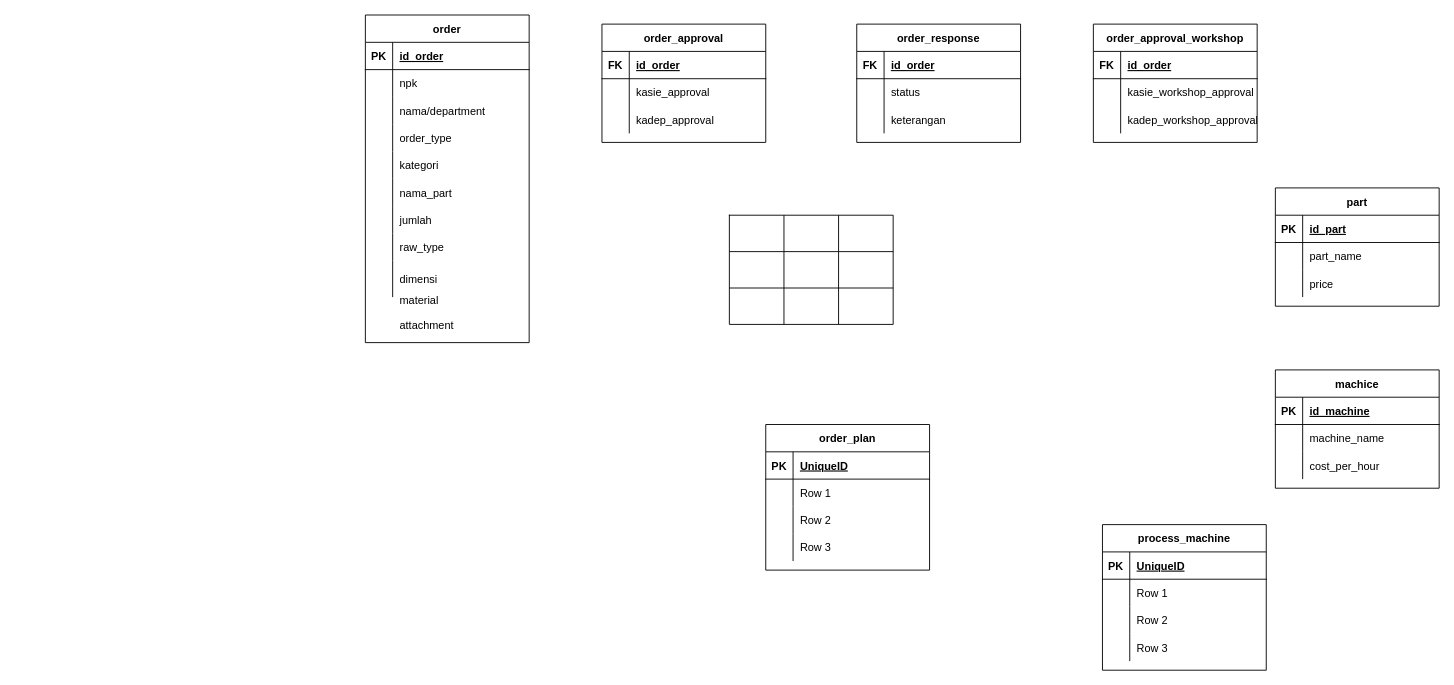
ariefriski/digitalisasi-form-workshop keeps this draw.io diagram as page "DB Relation" (2 of 2) of Digitalisasi Workshop.drawio. Above is the earlier version. Source tidied: cells renumbered, new cells numbered last; positions are measured from the earlier drawing's top-left corner, leaving out a move shared by most shapes. Both pictures are drawn from the tidied source at 91%, with x=0, y=0 at pixel (365, 15).
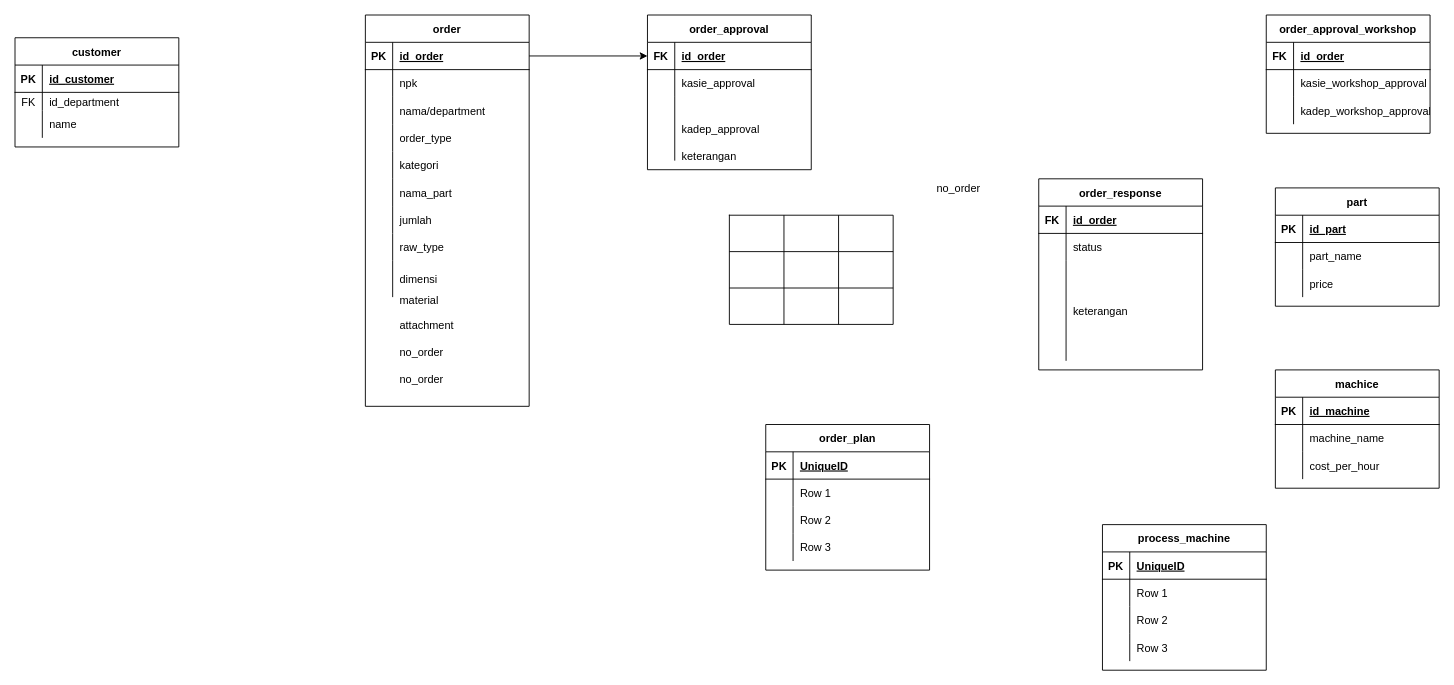
Above is the later version.

The change refers to these unchanged cells:
```xml
<mxCell id="3" style="shape=tableRow;horizontal=0;startSize=0;swimlaneHead=0;swimlaneBody=0;fillColor=none;points=[[0,0.5],[1,0.5]];portConstraint=eastwest;top=0;left=0;right=0;bottom=1;" parent="2" vertex="1">
  <mxGeometry y="30" width="180" height="30" as="geometry" />
</mxCell>
<mxCell id="41" style="shape=tableRow;horizontal=0;startSize=0;swimlaneHead=0;swimlaneBody=0;fillColor=none;points=[[0,0.5],[1,0.5]];portConstraint=eastwest;top=0;left=0;right=0;bottom=1;" parent="40" vertex="1">
  <mxGeometry y="30" width="180" height="30" as="geometry" />
</mxCell>
```

The edit, as a diff of the source:
```diff
@@
     <mxCell id="2" value="order" style="shape=table;startSize=30;childLayout=tableLayout;rowLines=0;fontStyle=1;align=center;" parent="1" vertex="1">
-      <mxGeometry width="180" height="360" as="geometry" />
+      <mxGeometry width="180" height="430" as="geometry" />
     </mxCell>
@@
     <mxCell id="30" value="order_response" style="shape=table;startSize=30;childLayout=tableLayout;rowLines=0;fontStyle=1;align=center;" parent="1" vertex="1">
-      <mxGeometry x="540" y="10" width="180" height="130" as="geometry" />
+      <mxGeometry x="740" y="180" width="180" height="210" as="geometry" />
     </mxCell>
@@
     <mxCell id="37" style="shape=tableRow;horizontal=0;startSize=0;swimlaneHead=0;swimlaneBody=0;fillColor=none;top=0;left=0;right=0;bottom=0;" parent="30" vertex="1">
-      <mxGeometry y="90" width="180" height="30" as="geometry" />
+      <mxGeometry y="90" width="180" height="110" as="geometry" />
     </mxCell>
     <mxCell id="38" style="shape=partialRectangle;fillColor=none;top=0;left=0;bottom=0;right=0;overflow=hidden;" parent="37" vertex="1">
-      <mxGeometry width="30" height="30" as="geometry" />
+      <mxGeometry width="30" height="110" as="geometry" />
     </mxCell>
     <mxCell id="39" value="keterangan" style="shape=partialRectangle;fillColor=none;top=0;left=0;bottom=0;right=0;align=left;spacingLeft=6;overflow=hidden;" parent="37" vertex="1">
-      <mxGeometry x="30" width="150" height="30" as="geometry" />
+      <mxGeometry x="30" width="150" height="110" as="geometry" />
     </mxCell>
     <mxCell id="40" value="order_approval" style="shape=table;startSize=30;childLayout=tableLayout;rowLines=0;fontStyle=1;align=center;" parent="1" vertex="1">
-      <mxGeometry x="260" y="10" width="180" height="130" as="geometry" />
+      <mxGeometry x="310" width="180" height="170" as="geometry" />
     </mxCell>
@@
     <mxCell id="47" style="shape=tableRow;horizontal=0;startSize=0;swimlaneHead=0;swimlaneBody=0;fillColor=none;top=0;left=0;right=0;bottom=0;" parent="40" vertex="1">
-      <mxGeometry y="90" width="180" height="30" as="geometry" />
+      <mxGeometry y="90" width="180" height="70" as="geometry" />
     </mxCell>
     <mxCell id="48" style="shape=partialRectangle;fillColor=none;top=0;left=0;bottom=0;right=0;overflow=hidden;" parent="47" vertex="1">
-      <mxGeometry width="30" height="30" as="geometry" />
+      <mxGeometry width="30" height="70" as="geometry" />
     </mxCell>
     <mxCell id="49" value="kadep_approval" style="shape=partialRectangle;fillColor=none;top=0;left=0;bottom=0;right=0;align=left;spacingLeft=6;overflow=hidden;" parent="47" vertex="1">
-      <mxGeometry x="30" width="150" height="30" as="geometry" />
+      <mxGeometry x="30" width="150" height="70" as="geometry" />
     </mxCell>
     <mxCell id="50" value="order_approval_workshop" style="shape=table;startSize=30;childLayout=tableLayout;rowLines=0;fontStyle=1;align=center;" parent="1" vertex="1">
-      <mxGeometry x="800" y="10" width="180" height="130" as="geometry" />
+      <mxGeometry x="990" width="180" height="130" as="geometry" />
     </mxCell>
@@
+    <mxCell id="121" value="no_order" style="shape=partialRectangle;fillColor=none;top=0;left=0;bottom=0;right=0;align=left;spacingLeft=6;overflow=hidden;" parent="1" vertex="1">
+      <mxGeometry x="30" y="350" width="150" height="40" as="geometry" />
+    </mxCell>
+    <mxCell id="122" style="edgeStyle=orthogonalEdgeStyle;rounded=0;jettySize=auto;html=1;exitX=1;exitY=0.5;exitDx=0;exitDy=0;entryX=0;entryY=0.5;entryDx=0;entryDy=0;" parent="1" edge="1" source="3" target="41">
+      <mxGeometry relative="1" as="geometry" />
+    </mxCell>
+    <mxCell id="123" value="keterangan" style="shape=partialRectangle;fillColor=none;top=0;left=0;bottom=0;right=0;align=left;spacingLeft=6;overflow=hidden;" parent="1" vertex="1">
+      <mxGeometry x="340" y="120" width="150" height="70" as="geometry" />
+    </mxCell>
+    <mxCell id="124" value="no_order" style="shape=partialRectangle;fillColor=none;top=0;left=0;bottom=0;right=0;align=left;spacingLeft=6;overflow=hidden;" parent="1" vertex="1">
+      <mxGeometry x="620" y="170" width="150" height="40" as="geometry" />
+    </mxCell>
+    <mxCell id="125" value="customer" style="shape=table;startSize=30;childLayout=tableLayout;rowLines=0;fontStyle=1;align=center;" parent="1" vertex="1">
+      <mxGeometry x="-385" y="25" width="180" height="120" as="geometry" />
+    </mxCell>
+    <mxCell id="126" style="shape=tableRow;horizontal=0;startSize=0;swimlaneHead=0;swimlaneBody=0;fillColor=none;top=0;left=0;right=0;bottom=1;" parent="125" vertex="1">
+      <mxGeometry y="30" width="180" height="30" as="geometry" />
+    </mxCell>
+    <mxCell id="127" value="PK" style="shape=partialRectangle;fillColor=none;top=0;left=0;bottom=0;right=0;fontStyle=1;overflow=hidden;" parent="126" vertex="1">
+      <mxGeometry width="30" height="30" as="geometry" />
+    </mxCell>
+    <mxCell id="128" value="id_customer" style="shape=partialRectangle;fillColor=none;top=0;left=0;bottom=0;right=0;align=left;spacingLeft=6;fontStyle=5;overflow=hidden;" parent="126" vertex="1">
+      <mxGeometry x="30" width="150" height="30" as="geometry" />
+    </mxCell>
+    <mxCell id="129" style="shape=tableRow;horizontal=0;startSize=0;swimlaneHead=0;swimlaneBody=0;fillColor=none;top=0;left=0;right=0;bottom=0;" parent="125" vertex="1">
+      <mxGeometry y="60" width="180" height="20" as="geometry" />
+    </mxCell>
+    <mxCell id="130" value="FK" style="shape=partialRectangle;fillColor=none;top=0;left=0;bottom=0;right=0;overflow=hidden;" parent="129" vertex="1">
+      <mxGeometry width="30" height="20" as="geometry" />
+    </mxCell>
+    <mxCell id="131" value="id_department" style="shape=partialRectangle;fillColor=none;top=0;left=0;bottom=0;right=0;align=left;spacingLeft=6;overflow=hidden;" parent="129" vertex="1">
+      <mxGeometry x="30" width="150" height="20" as="geometry" />
+    </mxCell>
+    <mxCell id="132" style="shape=tableRow;horizontal=0;startSize=0;swimlaneHead=0;swimlaneBody=0;fillColor=none;top=0;left=0;right=0;bottom=0;" parent="125" vertex="1">
+      <mxGeometry y="80" width="180" height="30" as="geometry" />
+    </mxCell>
+    <mxCell id="133" style="shape=partialRectangle;fillColor=none;top=0;left=0;bottom=0;right=0;overflow=hidden;" parent="132" vertex="1">
+      <mxGeometry width="30" height="30" as="geometry" />
+    </mxCell>
+    <mxCell id="134" value="name" style="shape=partialRectangle;fillColor=none;top=0;left=0;bottom=0;right=0;align=left;spacingLeft=6;overflow=hidden;" parent="132" vertex="1">
+      <mxGeometry x="30" width="150" height="30" as="geometry" />
+    </mxCell>
+    <mxCell id="135" value="no_order" style="shape=partialRectangle;fillColor=none;top=0;left=0;bottom=0;right=0;align=left;spacingLeft=6;overflow=hidden;" parent="1" vertex="1">
+      <mxGeometry x="30" y="380" width="150" height="40" as="geometry" />
+    </mxCell>
```
